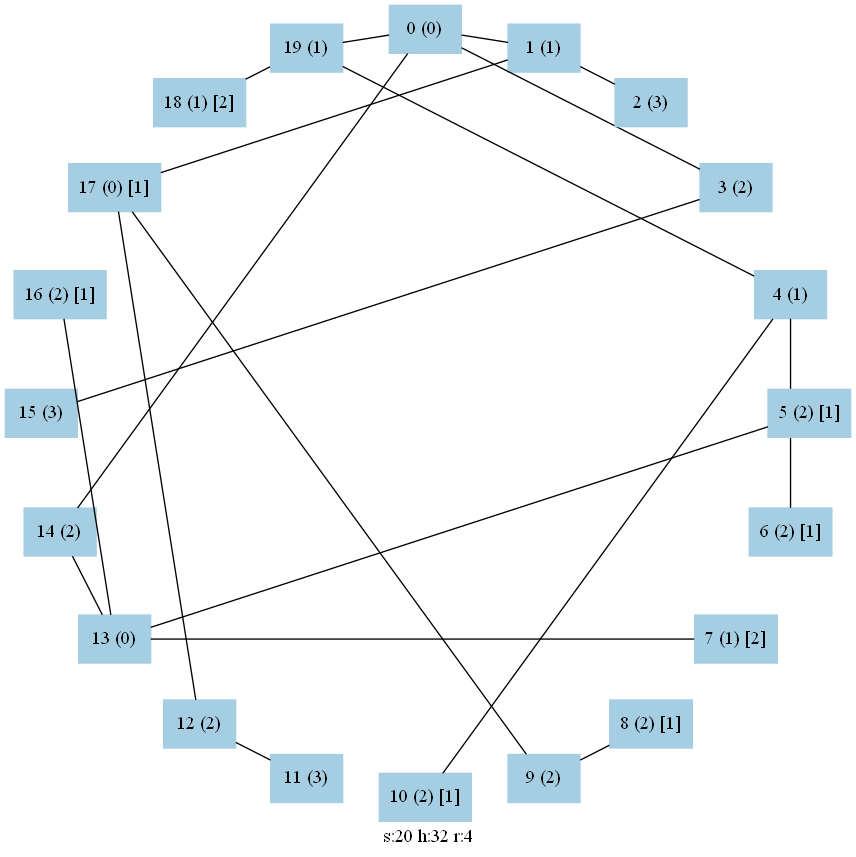
This is graph2.png from kohinigeee/kenkyuu, a Graphviz export, as it was before one commit. Its source is kept beside it as graph2.dot.
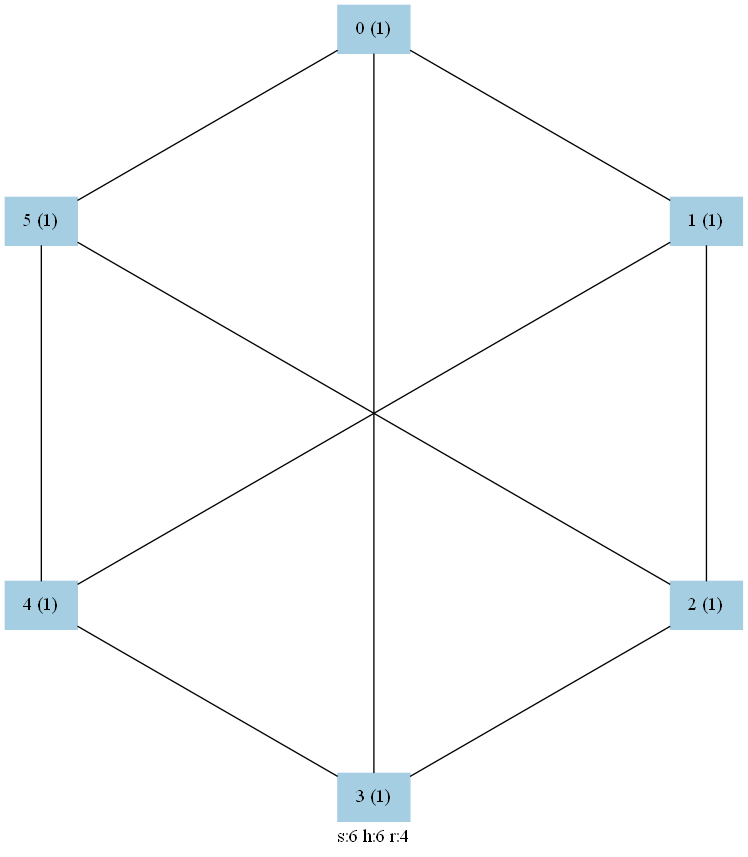
After the commit.

The edit, as a diff of the source:
```diff
@@ -2,7 +2,7 @@
 	graph [
 		charset="utf-8",
 		layout=neato,
-		label="s:20 h:32 r:4"	];
+		label="s:6 h:6 r:4"	];
 	node [
 		shape=box;
 		style="solid, filled"
@@ -16,103 +16,37 @@
 	]
 	0[
 		pos="5.00000, 9.00000!",
-		label="0 (0)"
+		label="0 (1)"
 	]
 	1[
-		pos="6.23607, 8.80423!",
+		pos="8.46410, 7.00000!",
 		label="1 (1)"
 	]
 	2[
-		pos="7.35114, 8.23607!",
-		label="2 (3)"
+		pos="8.46410, 3.00000!",
+		label="2 (1)"
 	]
 	3[
-		pos="8.23607, 7.35114!",
-		label="3 (2)"
+		pos="5.00000, 1.00000!",
+		label="3 (1)"
 	]
 	4[
-		pos="8.80423, 6.23607!",
+		pos="1.53590, 3.00000!",
 		label="4 (1)"
 	]
 	5[
-		pos="9.00000, 5.00000!",
-		label="5 (2) [1]"
-	]
-	6[
-		pos="8.80423, 3.76393!",
-		label="6 (2) [1]"
-	]
-	7[
-		pos="8.23607, 2.64886!",
-		label="7 (1) [2]"
-	]
-	8[
-		pos="7.35114, 1.76393!",
-		label="8 (2) [1]"
-	]
-	9[
-		pos="6.23607, 1.19577!",
-		label="9 (2)"
-	]
-	10[
-		pos="5.00000, 1.00000!",
-		label="10 (2) [1]"
-	]
-	11[
-		pos="3.76393, 1.19577!",
-		label="11 (3)"
-	]
-	12[
-		pos="2.64886, 1.76393!",
-		label="12 (2)"
-	]
-	13[
-		pos="1.76393, 2.64886!",
-		label="13 (0)"
-	]
-	14[
-		pos="1.19577, 3.76393!",
-		label="14 (2)"
-	]
-	15[
-		pos="1.00000, 5.00000!",
-		label="15 (3)"
-	]
-	16[
-		pos="1.19577, 6.23607!",
-		label="16 (2) [1]"
-	]
-	17[
-		pos="1.76393, 7.35114!",
-		label="17 (0) [1]"
-	]
-	18[
-		pos="2.64886, 8.23607!",
-		label="18 (1) [2]"
-	]
-	19[
-		pos="3.76393, 8.80423!",
-		label="19 (1)"
+		pos="1.53590, 7.00000!",
+		label="5 (1)"
 	]
 	}
 
 	0--1
-	0--14
-	0--19
+	0--5
 	0--3
-	1--17
 	1--2
-	3--15
-	4--6
-	4--10
-	4--19
-	5--13
-	7--13
-	8--9
-	9--17
-	11--12
-	12--17
-	13--16
-	13--14
-	18--19
+	1--4
+	2--3
+	2--5
+	3--4
+	4--5
 }
```
